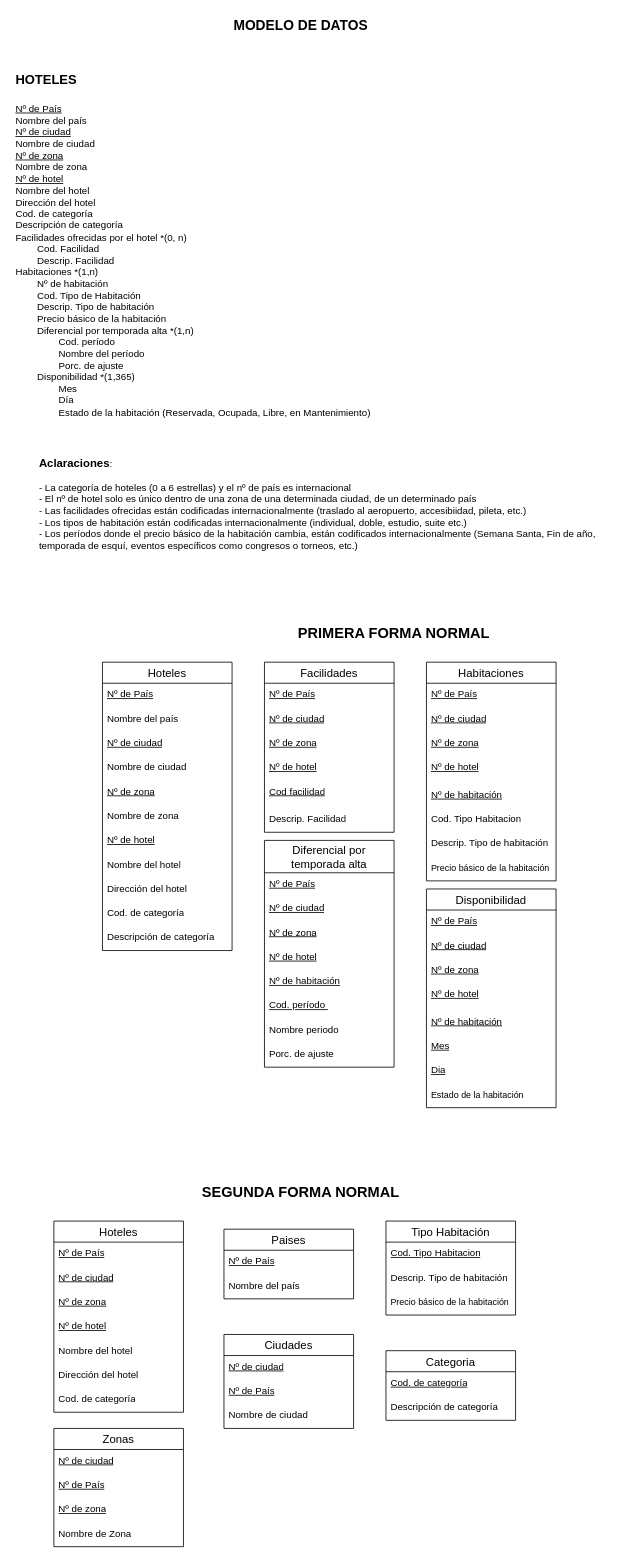
Above: Diagrama-Entidad-Relacion.drawio in FrancoSimonFormia/TP-Hoteles-DABD-Grupo11 (draw.io), before the change. Source tidied: cells renumbered, new cells numbered last; positions are measured from the earlier drawing's top-left corner, leaving out a move shared by most shapes. Both pictures are drawn from the tidied source at 81%, with x=0, y=0 at pixel (14, 14).
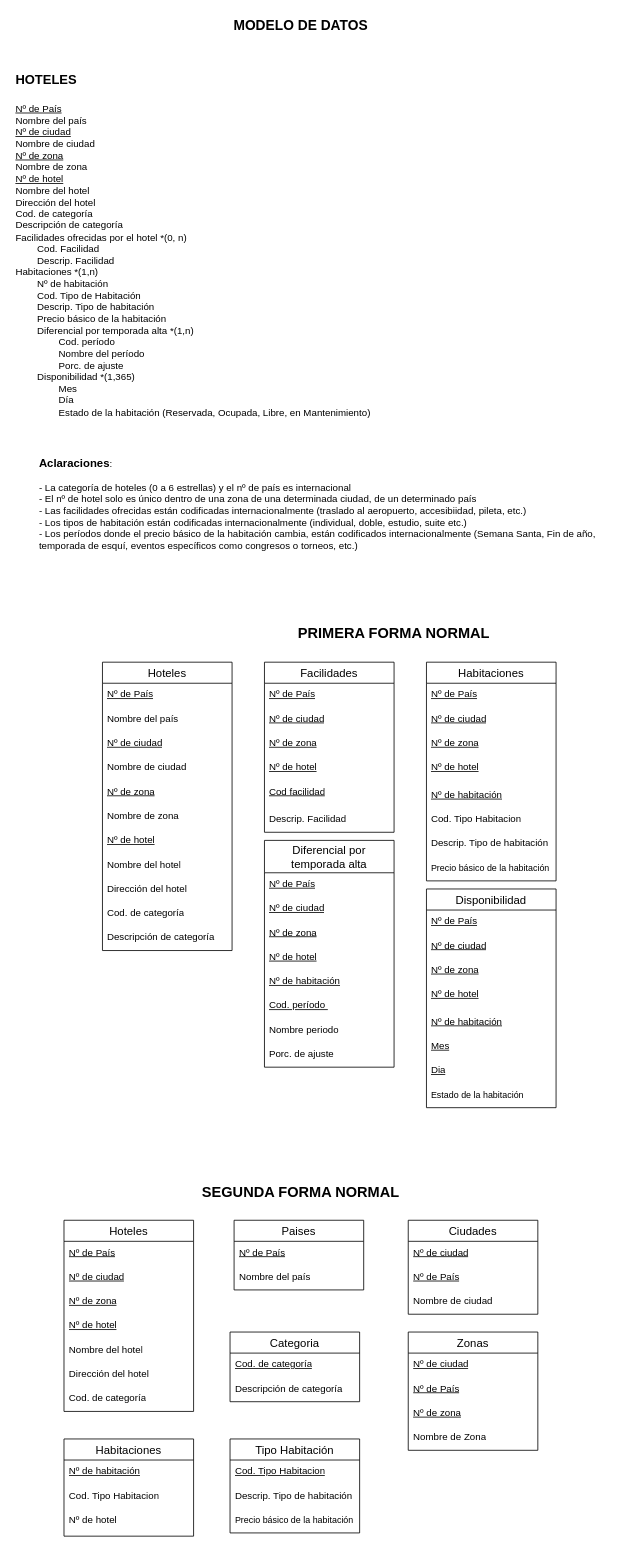
Above is the later version.

Diff of the diagram source:
```diff
@@
     <mxCell id="53" value="Paises" style="swimlane;fontStyle=0;horizontal=1;startSize=26;align=center;fontSize=14;" parent="1" vertex="1">
-      <mxGeometry x="259" y="1500" width="160" height="86" as="geometry" />
+      <mxGeometry x="271.5" y="1489" width="160" height="86" as="geometry" />
     </mxCell>
@@
     <mxCell id="56" value="Hoteles" style="swimlane;fontStyle=0;horizontal=1;startSize=26;align=center;fontSize=14;" parent="1" vertex="1">
-      <mxGeometry x="49" y="1490" width="160" height="236" as="geometry" />
+      <mxGeometry x="61.5" y="1489" width="160" height="236" as="geometry" />
     </mxCell>
@@
     <mxCell id="64" value="Categoria" style="swimlane;fontStyle=0;horizontal=1;startSize=26;align=center;fontSize=14;" parent="1" vertex="1">
-      <mxGeometry x="459" y="1650" width="160" height="86" as="geometry" />
+      <mxGeometry x="266.5" y="1627" width="160" height="86" as="geometry" />
     </mxCell>
@@
     <mxCell id="67" value="Tipo Habitación" style="swimlane;fontStyle=0;horizontal=1;startSize=26;align=center;fontSize=14;" parent="1" vertex="1">
-      <mxGeometry x="459" y="1490" width="160" height="116" as="geometry" />
+      <mxGeometry x="266.5" y="1759" width="160" height="116" as="geometry" />
     </mxCell>
@@
     <mxCell id="71" value="Ciudades" style="swimlane;fontStyle=0;horizontal=1;startSize=26;align=center;fontSize=14;" parent="1" vertex="1">
-      <mxGeometry x="259" y="1630" width="160" height="116" as="geometry" />
+      <mxGeometry x="486.5" y="1489" width="160" height="116" as="geometry" />
     </mxCell>
@@
     <mxCell id="75" value="Zonas" style="swimlane;fontStyle=0;horizontal=1;startSize=26;align=center;fontSize=14;" parent="1" vertex="1">
-      <mxGeometry x="49" y="1746" width="160" height="146" as="geometry" />
+      <mxGeometry x="486.5" y="1627" width="160" height="146" as="geometry" />
     </mxCell>
@@
+    <mxCell id="80" value="Habitaciones" style="swimlane;fontStyle=0;horizontal=1;startSize=26;align=center;fontSize=14;" parent="1" vertex="1">
+      <mxGeometry x="61.5" y="1759" width="160" height="120" as="geometry" />
+    </mxCell>
+    <mxCell id="81" value="Nº de habitación" style="text;strokeColor=none;fillColor=none;spacingLeft=4;spacingRight=4;overflow=hidden;fontSize=12;whiteSpace=wrap;html=1;fontStyle=4;" parent="80" vertex="1">
+      <mxGeometry y="26" width="160" height="30" as="geometry" />
+    </mxCell>
+    <mxCell id="82" value="Cod. Tipo Habitacion" style="text;strokeColor=none;fillColor=none;spacingLeft=4;spacingRight=4;overflow=hidden;fontSize=12;whiteSpace=wrap;html=1;" parent="80" vertex="1">
+      <mxGeometry y="56" width="160" height="30" as="geometry" />
+    </mxCell>
+    <mxCell id="83" value="Nº de hotel&lt;div&gt;&lt;br&gt;&lt;/div&gt;" style="text;strokeColor=none;fillColor=none;spacingLeft=4;spacingRight=4;overflow=hidden;fontSize=12;whiteSpace=wrap;html=1;" parent="80" vertex="1">
+      <mxGeometry y="86" width="160" height="34" as="geometry" />
+    </mxCell>
```
